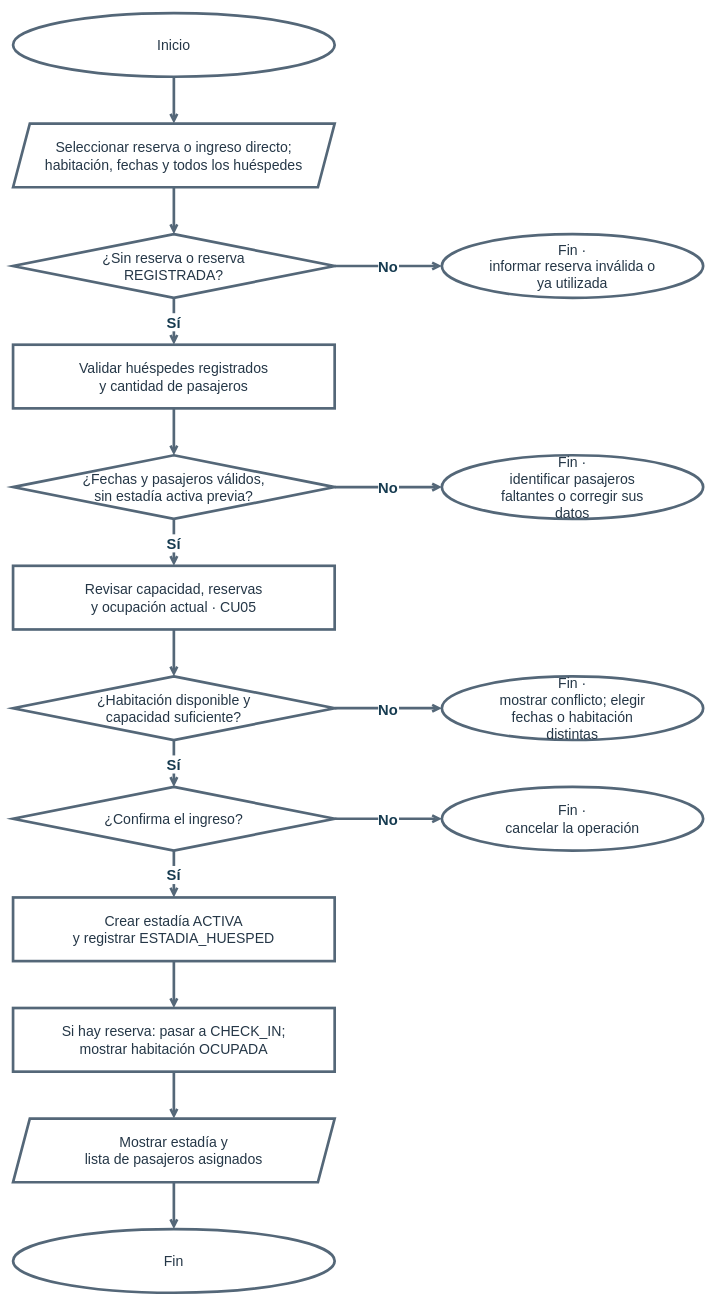
Earlier version of the draw.io diagram diagramas-editables/flujo-check-in.drawio (Yutre3/hotel-duerme-bien). Source tidied: cells renumbered, new cells numbered last; positions are measured from the earlier drawing's top-left corner, leaving out a move shared by most shapes. Both pictures are drawn from the tidied source at 67%, with x=0, y=0 at pixel (13, 13).
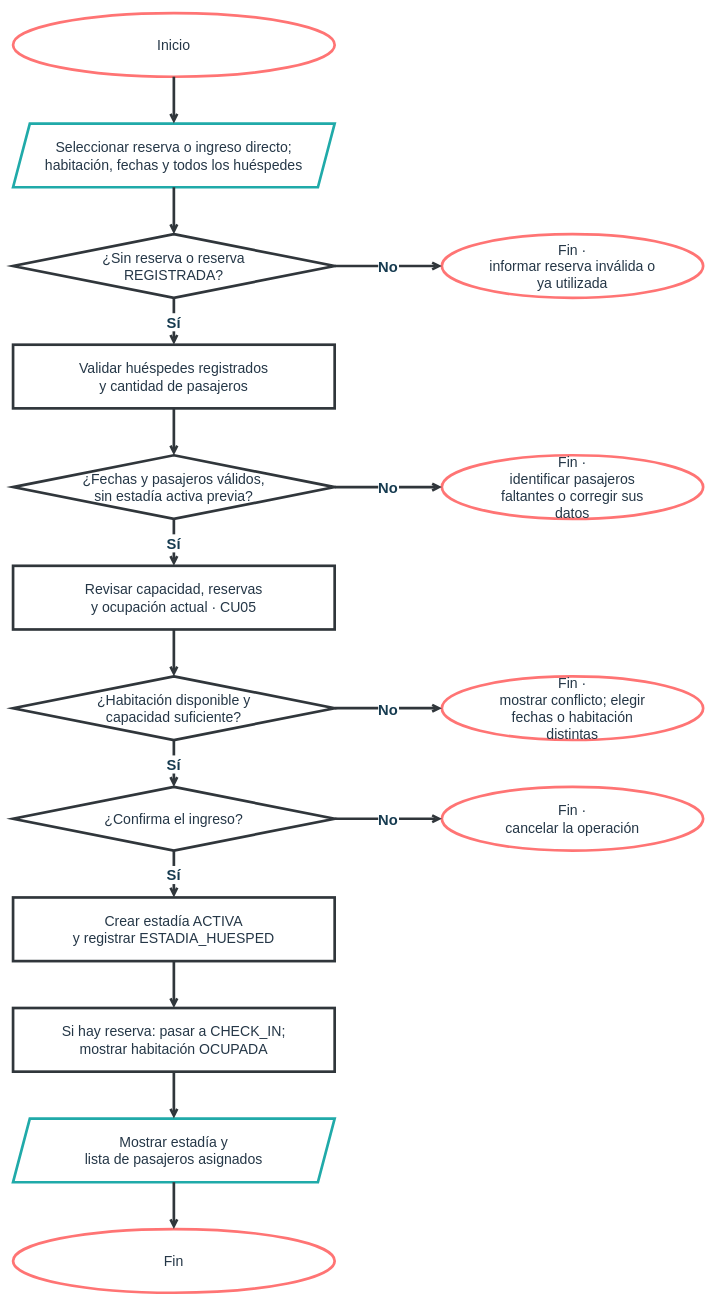
The same diagram, later.

Diff of the diagram source:
```diff
@@
-    <mxCell id="2" value="Inicio" style="ellipse;html=0;whiteSpace=wrap;strokeColor=#546778;strokeWidth=4;fillColor=#ffffff;fontColor=#253747;fontSize=21;" parent="1" vertex="1">
+    <mxCell id="2" value="Inicio" style="ellipse;html=0;whiteSpace=wrap;strokeColor=#ff7474;strokeWidth=4;fillColor=#ffffff;fontColor=#253747;fontSize=21;" parent="1" vertex="1">
       <mxGeometry width="480" height="95" as="geometry" />
     </mxCell>
-    <mxCell id="3" value="Seleccionar reserva o ingreso directo;&#10;habitación, fechas y todos los huéspedes" style="shape=parallelogram;fixedSize=1;size=25;html=0;whiteSpace=wrap;strokeColor=#546778;strokeWidth=4;fillColor=#ffffff;fontColor=#253747;fontSize=21;" parent="1" vertex="1">
+    <mxCell id="3" value="Seleccionar reserva o ingreso directo;&#10;habitación, fechas y todos los huéspedes" style="shape=parallelogram;fixedSize=1;size=25;html=0;whiteSpace=wrap;strokeColor=#20aaa9;strokeWidth=4;fillColor=#ffffff;fontColor=#253747;fontSize=21;" parent="1" vertex="1">
       <mxGeometry y="165" width="480" height="95" as="geometry" />
     </mxCell>
-    <mxCell id="4" value="¿Sin reserva o reserva&#10;REGISTRADA?" style="rhombus;html=0;whiteSpace=wrap;strokeColor=#546778;strokeWidth=4;fillColor=#ffffff;fontColor=#253747;fontSize=21;" parent="1" vertex="1">
+    <mxCell id="4" value="¿Sin reserva o reserva&#10;REGISTRADA?" style="rhombus;html=0;whiteSpace=wrap;strokeColor=#30363b;strokeWidth=4;fillColor=#ffffff;fontColor=#253747;fontSize=21;" parent="1" vertex="1">
       <mxGeometry y="330" width="480" height="95" as="geometry" />
     </mxCell>
-    <mxCell id="5" value="Validar huéspedes registrados&#10;y cantidad de pasajeros" style="rounded=0;html=0;whiteSpace=wrap;strokeColor=#546778;strokeWidth=4;fillColor=#ffffff;fontColor=#253747;fontSize=21;" parent="1" vertex="1">
+    <mxCell id="5" value="Validar huéspedes registrados&#10;y cantidad de pasajeros" style="rounded=0;html=0;whiteSpace=wrap;strokeColor=#30363b;strokeWidth=4;fillColor=#ffffff;fontColor=#253747;fontSize=21;" parent="1" vertex="1">
       <mxGeometry y="495" width="480" height="95" as="geometry" />
     </mxCell>
-    <mxCell id="6" value="¿Fechas y pasajeros válidos,&#10;sin estadía activa previa?" style="rhombus;html=0;whiteSpace=wrap;strokeColor=#546778;strokeWidth=4;fillColor=#ffffff;fontColor=#253747;fontSize=21;" parent="1" vertex="1">
+    <mxCell id="6" value="¿Fechas y pasajeros válidos,&#10;sin estadía activa previa?" style="rhombus;html=0;whiteSpace=wrap;strokeColor=#30363b;strokeWidth=4;fillColor=#ffffff;fontColor=#253747;fontSize=21;" parent="1" vertex="1">
       <mxGeometry y="660" width="480" height="95" as="geometry" />
     </mxCell>
-    <mxCell id="7" value="Revisar capacidad, reservas&#10;y ocupación actual · CU05" style="rounded=0;html=0;whiteSpace=wrap;strokeColor=#546778;strokeWidth=4;fillColor=#ffffff;fontColor=#253747;fontSize=21;" parent="1" vertex="1">
+    <mxCell id="7" value="Revisar capacidad, reservas&#10;y ocupación actual · CU05" style="rounded=0;html=0;whiteSpace=wrap;strokeColor=#30363b;strokeWidth=4;fillColor=#ffffff;fontColor=#253747;fontSize=21;" parent="1" vertex="1">
       <mxGeometry y="825" width="480" height="95" as="geometry" />
     </mxCell>
-    <mxCell id="8" value="¿Habitación disponible y&#10;capacidad suficiente?" style="rhombus;html=0;whiteSpace=wrap;strokeColor=#546778;strokeWidth=4;fillColor=#ffffff;fontColor=#253747;fontSize=21;" parent="1" vertex="1">
+    <mxCell id="8" value="¿Habitación disponible y&#10;capacidad suficiente?" style="rhombus;html=0;whiteSpace=wrap;strokeColor=#30363b;strokeWidth=4;fillColor=#ffffff;fontColor=#253747;fontSize=21;" parent="1" vertex="1">
       <mxGeometry y="990" width="480" height="95" as="geometry" />
     </mxCell>
-    <mxCell id="9" value="¿Confirma el ingreso?" style="rhombus;html=0;whiteSpace=wrap;strokeColor=#546778;strokeWidth=4;fillColor=#ffffff;fontColor=#253747;fontSize=21;" parent="1" vertex="1">
+    <mxCell id="9" value="¿Confirma el ingreso?" style="rhombus;html=0;whiteSpace=wrap;strokeColor=#30363b;strokeWidth=4;fillColor=#ffffff;fontColor=#253747;fontSize=21;" parent="1" vertex="1">
       <mxGeometry y="1155" width="480" height="95" as="geometry" />
     </mxCell>
-    <mxCell id="10" value="Crear estadía ACTIVA&#10;y registrar ESTADIA_HUESPED" style="rounded=0;html=0;whiteSpace=wrap;strokeColor=#546778;strokeWidth=4;fillColor=#ffffff;fontColor=#253747;fontSize=21;" parent="1" vertex="1">
+    <mxCell id="10" value="Crear estadía ACTIVA&#10;y registrar ESTADIA_HUESPED" style="rounded=0;html=0;whiteSpace=wrap;strokeColor=#30363b;strokeWidth=4;fillColor=#ffffff;fontColor=#253747;fontSize=21;" parent="1" vertex="1">
       <mxGeometry y="1320" width="480" height="95" as="geometry" />
     </mxCell>
-    <mxCell id="11" value="Si hay reserva: pasar a CHECK_IN;&#10;mostrar habitación OCUPADA" style="rounded=0;html=0;whiteSpace=wrap;strokeColor=#546778;strokeWidth=4;fillColor=#ffffff;fontColor=#253747;fontSize=21;" parent="1" vertex="1">
+    <mxCell id="11" value="Si hay reserva: pasar a CHECK_IN;&#10;mostrar habitación OCUPADA" style="rounded=0;html=0;whiteSpace=wrap;strokeColor=#30363b;strokeWidth=4;fillColor=#ffffff;fontColor=#253747;fontSize=21;" parent="1" vertex="1">
       <mxGeometry y="1485" width="480" height="95" as="geometry" />
     </mxCell>
-    <mxCell id="12" value="Mostrar estadía y&#10;lista de pasajeros asignados" style="shape=parallelogram;fixedSize=1;size=25;html=0;whiteSpace=wrap;strokeColor=#546778;strokeWidth=4;fillColor=#ffffff;fontColor=#253747;fontSize=21;" parent="1" vertex="1">
+    <mxCell id="12" value="Mostrar estadía y&#10;lista de pasajeros asignados" style="shape=parallelogram;fixedSize=1;size=25;html=0;whiteSpace=wrap;strokeColor=#20aaa9;strokeWidth=4;fillColor=#ffffff;fontColor=#253747;fontSize=21;" parent="1" vertex="1">
       <mxGeometry y="1650" width="480" height="95" as="geometry" />
     </mxCell>
-    <mxCell id="13" value="Fin" style="ellipse;html=0;whiteSpace=wrap;strokeColor=#546778;strokeWidth=4;fillColor=#ffffff;fontColor=#253747;fontSize=21;" parent="1" vertex="1">
+    <mxCell id="13" value="Fin" style="ellipse;html=0;whiteSpace=wrap;strokeColor=#ff7474;strokeWidth=4;fillColor=#ffffff;fontColor=#253747;fontSize=21;" parent="1" vertex="1">
       <mxGeometry y="1815" width="480" height="95" as="geometry" />
     </mxCell>
-    <mxCell id="14" value="Fin ·&#10;informar reserva inválida o&#10;ya utilizada" style="ellipse;html=0;whiteSpace=wrap;strokeColor=#546778;strokeWidth=4;fillColor=#ffffff;fontColor=#253747;fontSize=21;" parent="1" vertex="1">
+    <mxCell id="14" value="Fin ·&#10;informar reserva inválida o&#10;ya utilizada" style="ellipse;html=0;whiteSpace=wrap;strokeColor=#ff7474;strokeWidth=4;fillColor=#ffffff;fontColor=#253747;fontSize=21;" parent="1" vertex="1">
       <mxGeometry x="640" y="330" width="390" height="95" as="geometry" />
     </mxCell>
-    <mxCell id="15" value="Fin ·&#10;identificar pasajeros&#10;faltantes o corregir sus&#10;datos" style="ellipse;html=0;whiteSpace=wrap;strokeColor=#546778;strokeWidth=4;fillColor=#ffffff;fontColor=#253747;fontSize=21;" parent="1" vertex="1">
+    <mxCell id="15" value="Fin ·&#10;identificar pasajeros&#10;faltantes o corregir sus&#10;datos" style="ellipse;html=0;whiteSpace=wrap;strokeColor=#ff7474;strokeWidth=4;fillColor=#ffffff;fontColor=#253747;fontSize=21;" parent="1" vertex="1">
       <mxGeometry x="640" y="660" width="390" height="95" as="geometry" />
     </mxCell>
-    <mxCell id="16" value="Fin ·&#10;mostrar conflicto; elegir&#10;fechas o habitación&#10;distintas" style="ellipse;html=0;whiteSpace=wrap;strokeColor=#546778;strokeWidth=4;fillColor=#ffffff;fontColor=#253747;fontSize=21;" parent="1" vertex="1">
+    <mxCell id="16" value="Fin ·&#10;mostrar conflicto; elegir&#10;fechas o habitación&#10;distintas" style="ellipse;html=0;whiteSpace=wrap;strokeColor=#ff7474;strokeWidth=4;fillColor=#ffffff;fontColor=#253747;fontSize=21;" parent="1" vertex="1">
       <mxGeometry x="640" y="990" width="390" height="95" as="geometry" />
     </mxCell>
-    <mxCell id="17" value="Fin ·&#10;cancelar la operación" style="ellipse;html=0;whiteSpace=wrap;strokeColor=#546778;strokeWidth=4;fillColor=#ffffff;fontColor=#253747;fontSize=21;" parent="1" vertex="1">
+    <mxCell id="17" value="Fin ·&#10;cancelar la operación" style="ellipse;html=0;whiteSpace=wrap;strokeColor=#ff7474;strokeWidth=4;fillColor=#ffffff;fontColor=#253747;fontSize=21;" parent="1" vertex="1">
       <mxGeometry x="640" y="1155" width="390" height="95" as="geometry" />
     </mxCell>
-    <mxCell id="18" style="html=0;edgeStyle=orthogonalEdgeStyle;jettySize=32;rounded=0;strokeWidth=4;strokeColor=#546778;fontSize=22;fontStyle=1;fontColor=#163b50;labelBackgroundColor=#ffffff;endArrow=open;endFill=0;startArrow=none;startFill=0;exitX=0.5;exitY=1;exitPerimeter=0;entryX=0.5;entryY=0;entryPerimeter=0;" parent="1" edge="1" source="2" target="3">
+    <mxCell id="18" style="html=0;edgeStyle=orthogonalEdgeStyle;jettySize=32;rounded=0;strokeWidth=4;strokeColor=#30363b;fontSize=22;fontStyle=1;fontColor=#163b50;labelBackgroundColor=#ffffff;endArrow=open;endFill=0;startArrow=none;startFill=0;exitX=0.5;exitY=1;exitPerimeter=0;entryX=0.5;entryY=0;entryPerimeter=0;" parent="1" edge="1" source="2" target="3">
       <mxGeometry relative="1" as="geometry" />
     </mxCell>
-    <mxCell id="19" style="html=0;edgeStyle=orthogonalEdgeStyle;jettySize=32;rounded=0;strokeWidth=4;strokeColor=#546778;fontSize=22;fontStyle=1;fontColor=#163b50;labelBackgroundColor=#ffffff;endArrow=open;endFill=0;startArrow=none;startFill=0;exitX=0.5;exitY=1;exitPerimeter=0;entryX=0.5;entryY=0;entryPerimeter=0;" parent="1" edge="1" source="3" target="4">
+    <mxCell id="19" style="html=0;edgeStyle=orthogonalEdgeStyle;jettySize=32;rounded=0;strokeWidth=4;strokeColor=#30363b;fontSize=22;fontStyle=1;fontColor=#163b50;labelBackgroundColor=#ffffff;endArrow=open;endFill=0;startArrow=none;startFill=0;exitX=0.5;exitY=1;exitPerimeter=0;entryX=0.5;entryY=0;entryPerimeter=0;" parent="1" edge="1" source="3" target="4">
       <mxGeometry relative="1" as="geometry" />
     </mxCell>
-    <mxCell id="20" value="Sí" style="html=0;edgeStyle=orthogonalEdgeStyle;jettySize=32;rounded=0;strokeWidth=4;strokeColor=#546778;fontSize=22;fontStyle=1;fontColor=#163b50;labelBackgroundColor=#ffffff;endArrow=open;endFill=0;startArrow=none;startFill=0;exitX=0.5;exitY=1;exitPerimeter=0;entryX=0.5;entryY=0;entryPerimeter=0;" parent="1" edge="1" source="4" target="5">
+    <mxCell id="20" value="Sí" style="html=0;edgeStyle=orthogonalEdgeStyle;jettySize=32;rounded=0;strokeWidth=4;strokeColor=#30363b;fontSize=22;fontStyle=1;fontColor=#163b50;labelBackgroundColor=#ffffff;endArrow=open;endFill=0;startArrow=none;startFill=0;exitX=0.5;exitY=1;exitPerimeter=0;entryX=0.5;entryY=0;entryPerimeter=0;" parent="1" edge="1" source="4" target="5">
       <mxGeometry relative="1" as="geometry" />
     </mxCell>
-    <mxCell id="21" style="html=0;edgeStyle=orthogonalEdgeStyle;jettySize=32;rounded=0;strokeWidth=4;strokeColor=#546778;fontSize=22;fontStyle=1;fontColor=#163b50;labelBackgroundColor=#ffffff;endArrow=open;endFill=0;startArrow=none;startFill=0;exitX=0.5;exitY=1;exitPerimeter=0;entryX=0.5;entryY=0;entryPerimeter=0;" parent="1" edge="1" source="5" target="6">
+    <mxCell id="21" style="html=0;edgeStyle=orthogonalEdgeStyle;jettySize=32;rounded=0;strokeWidth=4;strokeColor=#30363b;fontSize=22;fontStyle=1;fontColor=#163b50;labelBackgroundColor=#ffffff;endArrow=open;endFill=0;startArrow=none;startFill=0;exitX=0.5;exitY=1;exitPerimeter=0;entryX=0.5;entryY=0;entryPerimeter=0;" parent="1" edge="1" source="5" target="6">
       <mxGeometry relative="1" as="geometry" />
     </mxCell>
-    <mxCell id="22" value="Sí" style="html=0;edgeStyle=orthogonalEdgeStyle;jettySize=32;rounded=0;strokeWidth=4;strokeColor=#546778;fontSize=22;fontStyle=1;fontColor=#163b50;labelBackgroundColor=#ffffff;endArrow=open;endFill=0;startArrow=none;startFill=0;exitX=0.5;exitY=1;exitPerimeter=0;entryX=0.5;entryY=0;entryPerimeter=0;" parent="1" edge="1" source="6" target="7">
+    <mxCell id="22" value="Sí" style="html=0;edgeStyle=orthogonalEdgeStyle;jettySize=32;rounded=0;strokeWidth=4;strokeColor=#30363b;fontSize=22;fontStyle=1;fontColor=#163b50;labelBackgroundColor=#ffffff;endArrow=open;endFill=0;startArrow=none;startFill=0;exitX=0.5;exitY=1;exitPerimeter=0;entryX=0.5;entryY=0;entryPerimeter=0;" parent="1" edge="1" source="6" target="7">
       <mxGeometry relative="1" as="geometry" />
     </mxCell>
-    <mxCell id="23" style="html=0;edgeStyle=orthogonalEdgeStyle;jettySize=32;rounded=0;strokeWidth=4;strokeColor=#546778;fontSize=22;fontStyle=1;fontColor=#163b50;labelBackgroundColor=#ffffff;endArrow=open;endFill=0;startArrow=none;startFill=0;exitX=0.5;exitY=1;exitPerimeter=0;entryX=0.5;entryY=0;entryPerimeter=0;" parent="1" edge="1" source="7" target="8">
+    <mxCell id="23" style="html=0;edgeStyle=orthogonalEdgeStyle;jettySize=32;rounded=0;strokeWidth=4;strokeColor=#30363b;fontSize=22;fontStyle=1;fontColor=#163b50;labelBackgroundColor=#ffffff;endArrow=open;endFill=0;startArrow=none;startFill=0;exitX=0.5;exitY=1;exitPerimeter=0;entryX=0.5;entryY=0;entryPerimeter=0;" parent="1" edge="1" source="7" target="8">
       <mxGeometry relative="1" as="geometry" />
     </mxCell>
-    <mxCell id="24" value="Sí" style="html=0;edgeStyle=orthogonalEdgeStyle;jettySize=32;rounded=0;strokeWidth=4;strokeColor=#546778;fontSize=22;fontStyle=1;fontColor=#163b50;labelBackgroundColor=#ffffff;endArrow=open;endFill=0;startArrow=none;startFill=0;exitX=0.5;exitY=1;exitPerimeter=0;entryX=0.5;entryY=0;entryPerimeter=0;" parent="1" edge="1" source="8" target="9">
+    <mxCell id="24" value="Sí" style="html=0;edgeStyle=orthogonalEdgeStyle;jettySize=32;rounded=0;strokeWidth=4;strokeColor=#30363b;fontSize=22;fontStyle=1;fontColor=#163b50;labelBackgroundColor=#ffffff;endArrow=open;endFill=0;startArrow=none;startFill=0;exitX=0.5;exitY=1;exitPerimeter=0;entryX=0.5;entryY=0;entryPerimeter=0;" parent="1" edge="1" source="8" target="9">
       <mxGeometry relative="1" as="geometry" />
     </mxCell>
-    <mxCell id="25" value="Sí" style="html=0;edgeStyle=orthogonalEdgeStyle;jettySize=32;rounded=0;strokeWidth=4;strokeColor=#546778;fontSize=22;fontStyle=1;fontColor=#163b50;labelBackgroundColor=#ffffff;endArrow=open;endFill=0;startArrow=none;startFill=0;exitX=0.5;exitY=1;exitPerimeter=0;entryX=0.5;entryY=0;entryPerimeter=0;" parent="1" edge="1" source="9" target="10">
+    <mxCell id="25" value="Sí" style="html=0;edgeStyle=orthogonalEdgeStyle;jettySize=32;rounded=0;strokeWidth=4;strokeColor=#30363b;fontSize=22;fontStyle=1;fontColor=#163b50;labelBackgroundColor=#ffffff;endArrow=open;endFill=0;startArrow=none;startFill=0;exitX=0.5;exitY=1;exitPerimeter=0;entryX=0.5;entryY=0;entryPerimeter=0;" parent="1" edge="1" source="9" target="10">
       <mxGeometry relative="1" as="geometry" />
     </mxCell>
-    <mxCell id="26" style="html=0;edgeStyle=orthogonalEdgeStyle;jettySize=32;rounded=0;strokeWidth=4;strokeColor=#546778;fontSize=22;fontStyle=1;fontColor=#163b50;labelBackgroundColor=#ffffff;endArrow=open;endFill=0;startArrow=none;startFill=0;exitX=0.5;exitY=1;exitPerimeter=0;entryX=0.5;entryY=0;entryPerimeter=0;" parent="1" edge="1" source="10" target="11">
+    <mxCell id="26" style="html=0;edgeStyle=orthogonalEdgeStyle;jettySize=32;rounded=0;strokeWidth=4;strokeColor=#30363b;fontSize=22;fontStyle=1;fontColor=#163b50;labelBackgroundColor=#ffffff;endArrow=open;endFill=0;startArrow=none;startFill=0;exitX=0.5;exitY=1;exitPerimeter=0;entryX=0.5;entryY=0;entryPerimeter=0;" parent="1" edge="1" source="10" target="11">
       <mxGeometry relative="1" as="geometry" />
     </mxCell>
-    <mxCell id="27" style="html=0;edgeStyle=orthogonalEdgeStyle;jettySize=32;rounded=0;strokeWidth=4;strokeColor=#546778;fontSize=22;fontStyle=1;fontColor=#163b50;labelBackgroundColor=#ffffff;endArrow=open;endFill=0;startArrow=none;startFill=0;exitX=0.5;exitY=1;exitPerimeter=0;entryX=0.5;entryY=0;entryPerimeter=0;" parent="1" edge="1" source="11" target="12">
+    <mxCell id="27" style="html=0;edgeStyle=orthogonalEdgeStyle;jettySize=32;rounded=0;strokeWidth=4;strokeColor=#30363b;fontSize=22;fontStyle=1;fontColor=#163b50;labelBackgroundColor=#ffffff;endArrow=open;endFill=0;startArrow=none;startFill=0;exitX=0.5;exitY=1;exitPerimeter=0;entryX=0.5;entryY=0;entryPerimeter=0;" parent="1" edge="1" source="11" target="12">
       <mxGeometry relative="1" as="geometry" />
     </mxCell>
-    <mxCell id="28" style="html=0;edgeStyle=orthogonalEdgeStyle;jettySize=32;rounded=0;strokeWidth=4;strokeColor=#546778;fontSize=22;fontStyle=1;fontColor=#163b50;labelBackgroundColor=#ffffff;endArrow=open;endFill=0;startArrow=none;startFill=0;exitX=0.5;exitY=1;exitPerimeter=0;entryX=0.5;entryY=0;entryPerimeter=0;" parent="1" edge="1" source="12" target="13">
+    <mxCell id="28" style="html=0;edgeStyle=orthogonalEdgeStyle;jettySize=32;rounded=0;strokeWidth=4;strokeColor=#30363b;fontSize=22;fontStyle=1;fontColor=#163b50;labelBackgroundColor=#ffffff;endArrow=open;endFill=0;startArrow=none;startFill=0;exitX=0.5;exitY=1;exitPerimeter=0;entryX=0.5;entryY=0;entryPerimeter=0;" parent="1" edge="1" source="12" target="13">
       <mxGeometry relative="1" as="geometry" />
     </mxCell>
-    <mxCell id="29" value="No" style="html=0;edgeStyle=orthogonalEdgeStyle;jettySize=32;rounded=0;strokeWidth=4;strokeColor=#546778;fontSize=22;fontStyle=1;fontColor=#163b50;labelBackgroundColor=#ffffff;endArrow=open;endFill=0;startArrow=none;startFill=0;exitX=1;exitY=0.5;exitPerimeter=0;entryX=0;entryY=0.5;entryPerimeter=0;" parent="1" edge="1" source="4" target="14">
+    <mxCell id="29" value="No" style="html=0;edgeStyle=orthogonalEdgeStyle;jettySize=32;rounded=0;strokeWidth=4;strokeColor=#30363b;fontSize=22;fontStyle=1;fontColor=#163b50;labelBackgroundColor=#ffffff;endArrow=open;endFill=0;startArrow=none;startFill=0;exitX=1;exitY=0.5;exitPerimeter=0;entryX=0;entryY=0.5;entryPerimeter=0;" parent="1" edge="1" source="4" target="14">
       <mxGeometry relative="1" as="geometry" />
     </mxCell>
-    <mxCell id="30" value="No" style="html=0;edgeStyle=orthogonalEdgeStyle;jettySize=32;rounded=0;strokeWidth=4;strokeColor=#546778;fontSize=22;fontStyle=1;fontColor=#163b50;labelBackgroundColor=#ffffff;endArrow=open;endFill=0;startArrow=none;startFill=0;exitX=1;exitY=0.5;exitPerimeter=0;entryX=0;entryY=0.5;entryPerimeter=0;" parent="1" edge="1" source="6" target="15">
+    <mxCell id="30" value="No" style="html=0;edgeStyle=orthogonalEdgeStyle;jettySize=32;rounded=0;strokeWidth=4;strokeColor=#30363b;fontSize=22;fontStyle=1;fontColor=#163b50;labelBackgroundColor=#ffffff;endArrow=open;endFill=0;startArrow=none;startFill=0;exitX=1;exitY=0.5;exitPerimeter=0;entryX=0;entryY=0.5;entryPerimeter=0;" parent="1" edge="1" source="6" target="15">
       <mxGeometry relative="1" as="geometry" />
     </mxCell>
-    <mxCell id="31" value="No" style="html=0;edgeStyle=orthogonalEdgeStyle;jettySize=32;rounded=0;strokeWidth=4;strokeColor=#546778;fontSize=22;fontStyle=1;fontColor=#163b50;labelBackgroundColor=#ffffff;endArrow=open;endFill=0;startArrow=none;startFill=0;exitX=1;exitY=0.5;exitPerimeter=0;entryX=0;entryY=0.5;entryPerimeter=0;" parent="1" edge="1" source="8" target="16">
+    <mxCell id="31" value="No" style="html=0;edgeStyle=orthogonalEdgeStyle;jettySize=32;rounded=0;strokeWidth=4;strokeColor=#30363b;fontSize=22;fontStyle=1;fontColor=#163b50;labelBackgroundColor=#ffffff;endArrow=open;endFill=0;startArrow=none;startFill=0;exitX=1;exitY=0.5;exitPerimeter=0;entryX=0;entryY=0.5;entryPerimeter=0;" parent="1" edge="1" source="8" target="16">
       <mxGeometry relative="1" as="geometry" />
     </mxCell>
-    <mxCell id="32" value="No" style="html=0;edgeStyle=orthogonalEdgeStyle;jettySize=32;rounded=0;strokeWidth=4;strokeColor=#546778;fontSize=22;fontStyle=1;fontColor=#163b50;labelBackgroundColor=#ffffff;endArrow=open;endFill=0;startArrow=none;startFill=0;exitX=1;exitY=0.5;exitPerimeter=0;entryX=0;entryY=0.5;entryPerimeter=0;" parent="1" edge="1" source="9" target="17">
+    <mxCell id="32" value="No" style="html=0;edgeStyle=orthogonalEdgeStyle;jettySize=32;rounded=0;strokeWidth=4;strokeColor=#30363b;fontSize=22;fontStyle=1;fontColor=#163b50;labelBackgroundColor=#ffffff;endArrow=open;endFill=0;startArrow=none;startFill=0;exitX=1;exitY=0.5;exitPerimeter=0;entryX=0;entryY=0.5;entryPerimeter=0;" parent="1" edge="1" source="9" target="17">
       <mxGeometry relative="1" as="geometry" />
     </mxCell>
```
